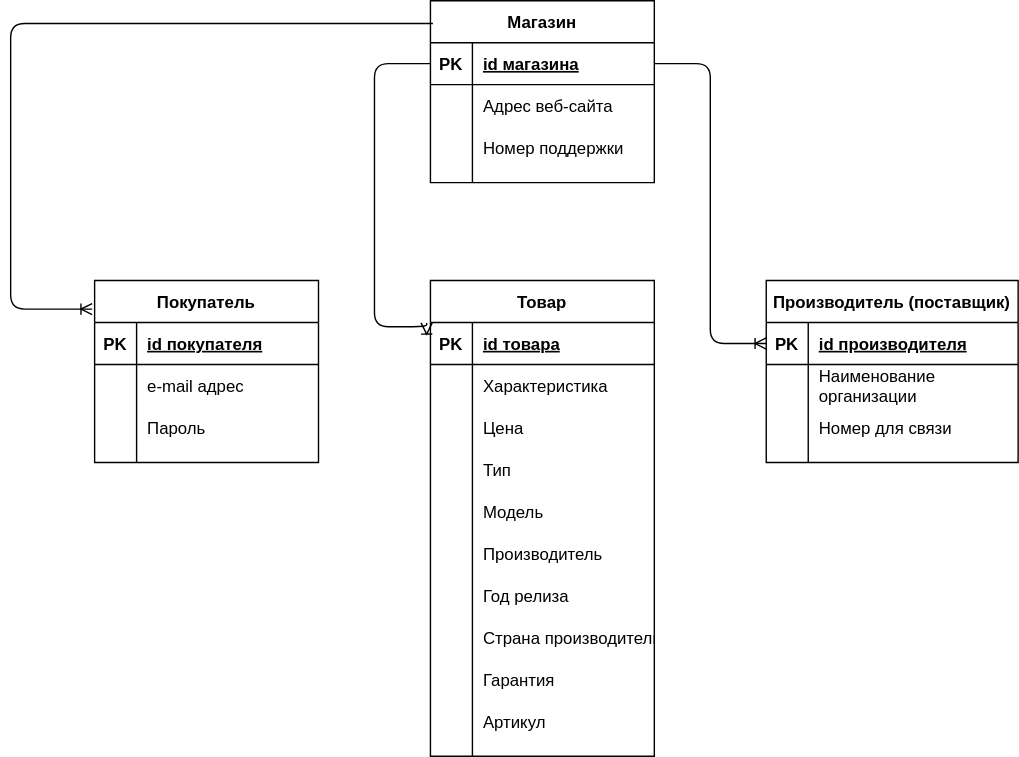
paw-wow/DataBase keeps this draw.io diagram as LogicDiag.svg. Above is the earlier version. Source tidied: cells renumbered, new cells last; positions are measured from the earlier drawing's top-left corner, leaving out a move shared by most shapes.
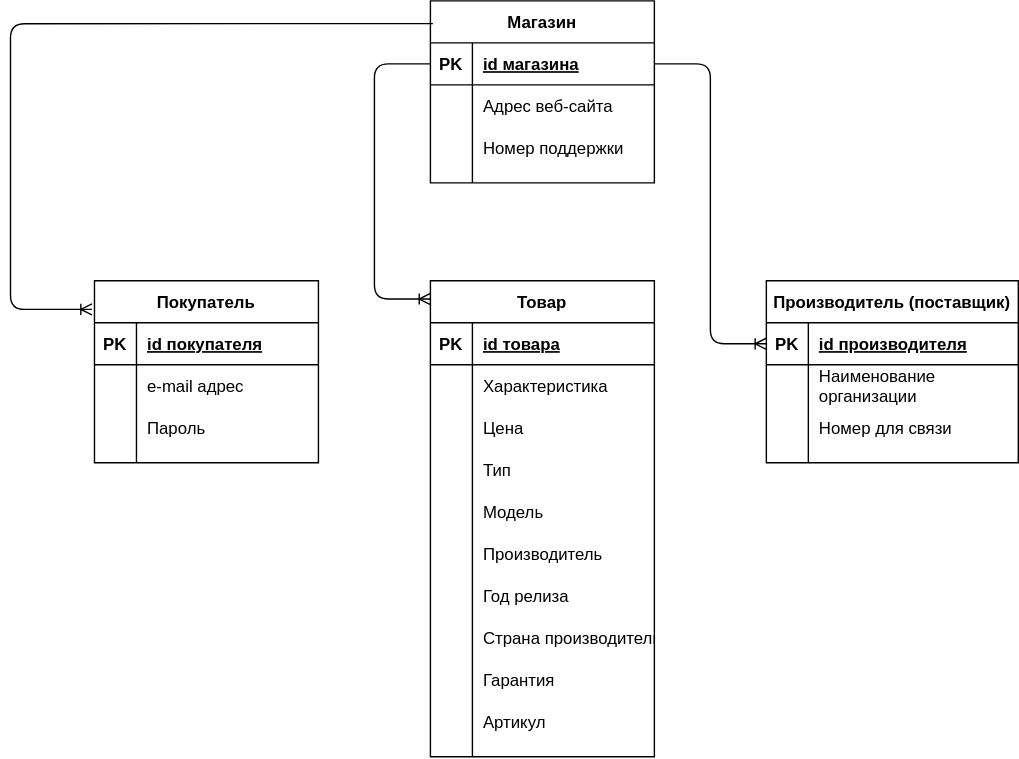
Above is the later version.

What changed in the source:
```diff
@@ -193,11 +193,12 @@
         </Array>
       </mxGeometry>
     </mxCell>
-    <mxCell id="64" style="edgeStyle=orthogonalEdgeStyle;fontSize=12;html=1;endArrow=ERoneToMany;exitX=0;exitY=0.5;exitDx=0;exitDy=0;entryX=-0.017;entryY=0.089;entryDx=0;entryDy=0;entryPerimeter=0;" parent="1" edge="1" source="3" target="32">
+    <mxCell id="64" style="edgeStyle=orthogonalEdgeStyle;fontSize=12;html=1;endArrow=ERoneToMany;exitX=0;exitY=0.5;exitDx=0;exitDy=0;" parent="1" edge="1" source="3">
       <mxGeometry relative="1" as="geometry">
+        <mxPoint x="300" y="213" as="targetPoint" />
         <Array as="points">
           <mxPoint x="260" y="45" />
-          <mxPoint x="260" y="233" />
+          <mxPoint x="260" y="213" />
         </Array>
       </mxGeometry>
     </mxCell>
```
